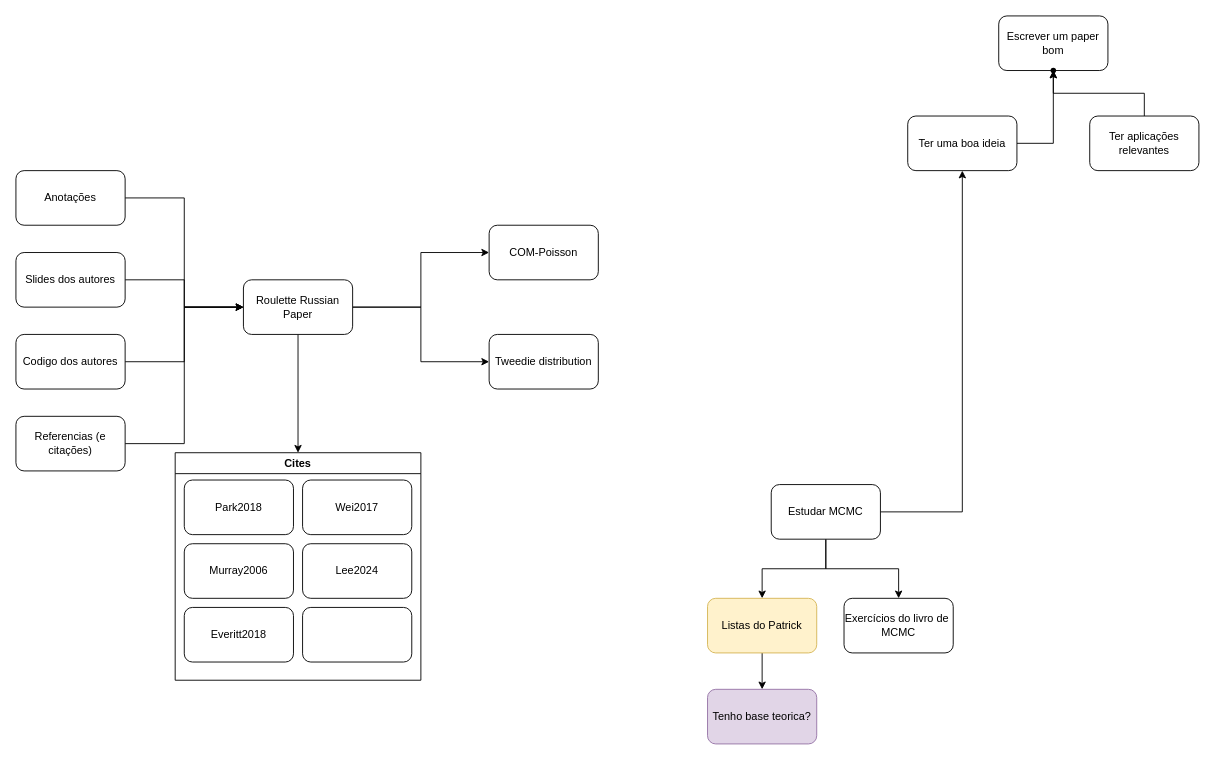
Earlier version of the draw.io diagram Untitled Diagram.drawio (wellington36/beginner). Source tidied: cells renumbered, new cells numbered last; positions are measured from the earlier drawing's top-left corner, leaving out a move shared by most shapes. Both pictures are drawn from the tidied source at 91%, with x=0, y=0 at pixel (15, 15).
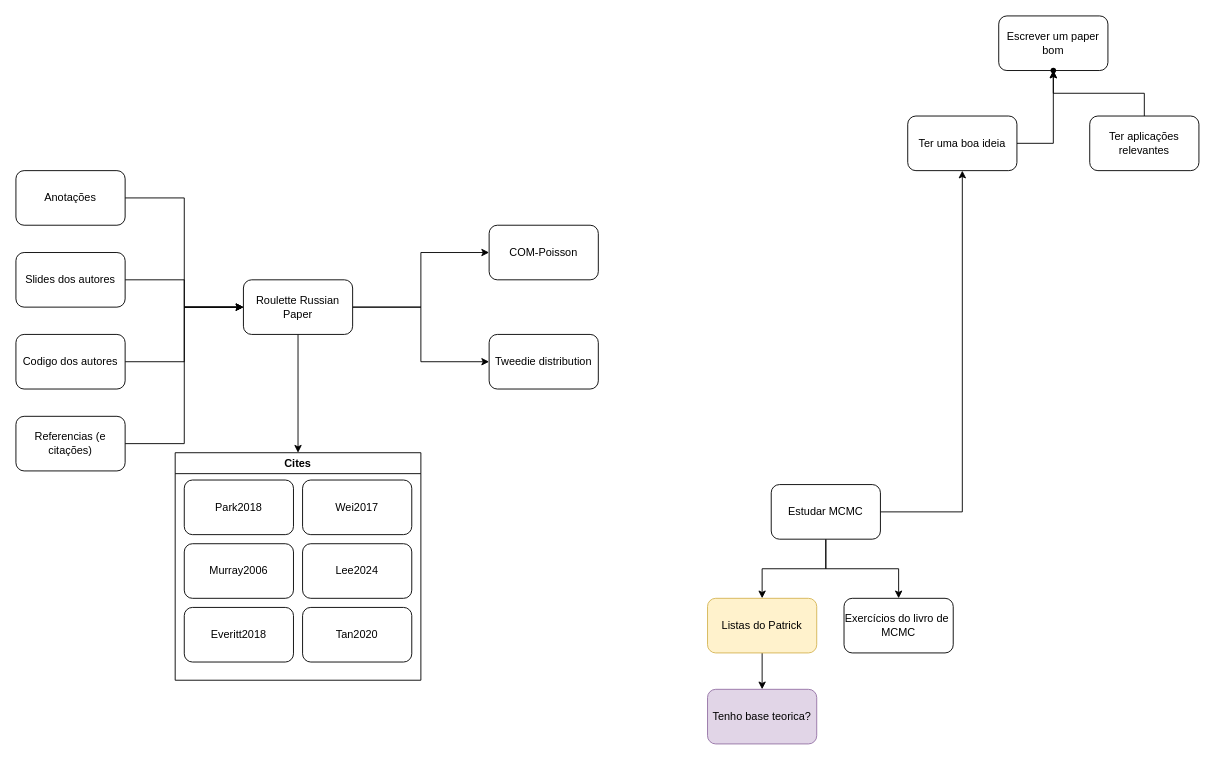
The same diagram, later.

Unchanged cells that the change refers to:
```xml
<mxCell id="30" value="Cites" style="swimlane;whiteSpace=wrap;html=1;" parent="1" vertex="1">
  <mxGeometry x="175" y="480" width="270" height="250" as="geometry" />
</mxCell>
```

Diff of the diagram source:
```diff
@@
-    <mxCell id="36" style="rounded=1;whiteSpace=wrap;html=1;" parent="30" vertex="1">
+    <mxCell id="36" value="Tan2020" style="rounded=1;whiteSpace=wrap;html=1;" parent="30" vertex="1">
       <mxGeometry x="140" y="170" width="120" height="60" as="geometry" />
     </mxCell>
```
